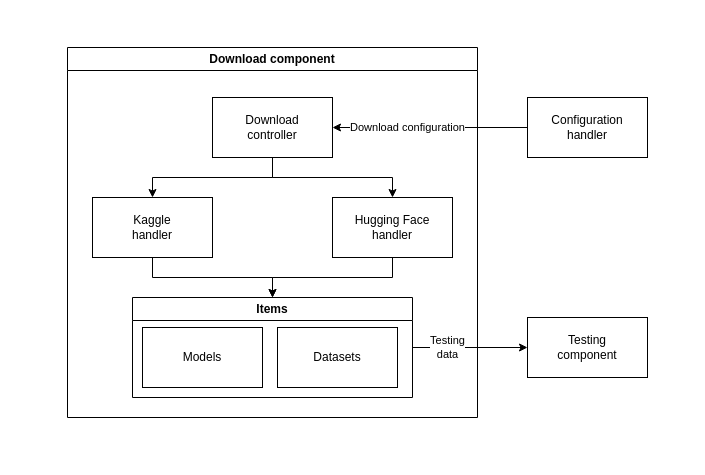
ponik73/MasterThesis keeps this draw.io diagram as SystemDesign/Diagrams/DownloadComponent.drawio. Above is the earlier version. Source tidied: cells renumbered, new cells numbered last; positions are measured from the earlier drawing's top-left corner, leaving out a move shared by most shapes. Both pictures are drawn from the tidied source at 100%, with x=0, y=0 at pixel (67, 47).
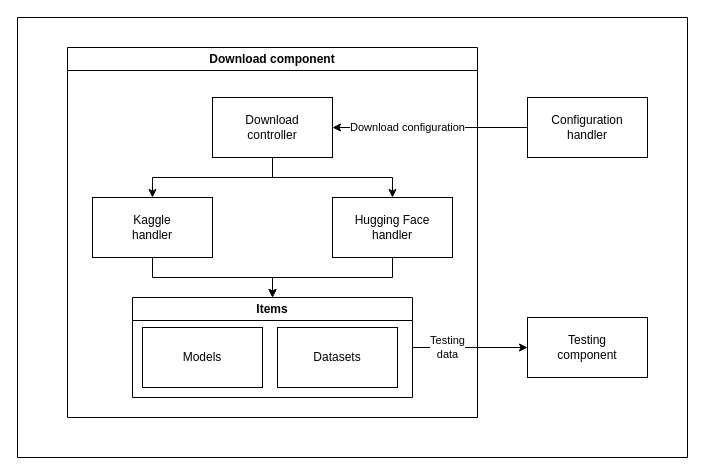
Above is the later version.

Diff of the diagram source:
```diff
@@
 <mxGraphModel>
   <root>
     <mxCell id="0" />
     <mxCell id="1" parent="0" />
     <mxCell id="2" value="Download component" style="swimlane;whiteSpace=wrap;html=1;" parent="1" vertex="1">
       <mxGeometry width="410" height="370" as="geometry" />
     </mxCell>
     <mxCell id="3" style="edgeStyle=orthogonalEdgeStyle;rounded=0;jettySize=auto;html=1;exitX=0.5;exitY=1;exitDx=0;exitDy=0;" parent="2" edge="1" source="5" target="7">
       <mxGeometry relative="1" as="geometry" />
     </mxCell>
     <mxCell id="4" style="edgeStyle=orthogonalEdgeStyle;rounded=0;jettySize=auto;html=1;" parent="2" edge="1" source="5" target="9">
       <mxGeometry relative="1" as="geometry" />
     </mxCell>
     <mxCell id="5" value="Download&lt;div&gt;controller&lt;/div&gt;" style="rounded=0;whiteSpace=wrap;html=1;" parent="2" vertex="1">
       <mxGeometry x="145" y="50" width="120" height="60" as="geometry" />
     </mxCell>
     <mxCell id="6" style="edgeStyle=orthogonalEdgeStyle;rounded=0;jettySize=auto;html=1;exitX=0.5;exitY=1;exitDx=0;exitDy=0;" parent="2" edge="1" source="7" target="10">
       <mxGeometry relative="1" as="geometry" />
     </mxCell>
     <mxCell id="7" value="Kaggle&lt;div&gt;handler&lt;/div&gt;" style="rounded=0;whiteSpace=wrap;html=1;" parent="2" vertex="1">
       <mxGeometry x="25" y="150" width="120" height="60" as="geometry" />
     </mxCell>
     <mxCell id="8" style="edgeStyle=orthogonalEdgeStyle;rounded=0;jettySize=auto;html=1;" parent="2" edge="1" source="9" target="10">
       <mxGeometry relative="1" as="geometry" />
     </mxCell>
     <mxCell id="9" value="Hugging Face&lt;div&gt;handler&lt;/div&gt;" style="rounded=0;whiteSpace=wrap;html=1;" parent="2" vertex="1">
       <mxGeometry x="265" y="150" width="120" height="60" as="geometry" />
     </mxCell>
     <mxCell id="10" value="Items" style="swimlane;whiteSpace=wrap;html=1;startSize=23;" parent="2" vertex="1">
       <mxGeometry x="65" y="250" width="280" height="100" as="geometry" />
     </mxCell>
     <mxCell id="11" value="Models" style="rounded=0;whiteSpace=wrap;html=1;" parent="10" vertex="1">
       <mxGeometry x="10" y="30" width="120" height="60" as="geometry" />
     </mxCell>
     <mxCell id="12" value="Datasets" style="rounded=0;whiteSpace=wrap;html=1;" parent="10" vertex="1">
       <mxGeometry x="145" y="30" width="120" height="60" as="geometry" />
     </mxCell>
     <mxCell id="13" value="Download configuration" style="edgeStyle=orthogonalEdgeStyle;rounded=0;jettySize=auto;html=1;" parent="1" edge="1" source="14" target="5">
       <mxGeometry x="0.23" relative="1" as="geometry" />
     </mxCell>
     <mxCell id="14" value="Configuration&lt;div&gt;handler&lt;/div&gt;" style="rounded=0;whiteSpace=wrap;html=1;" parent="1" vertex="1">
       <mxGeometry x="460" y="50" width="120" height="60" as="geometry" />
     </mxCell>
     <mxCell id="15" value="Testing&lt;div&gt;component&lt;/div&gt;" style="rounded=0;whiteSpace=wrap;html=1;" parent="1" vertex="1">
       <mxGeometry x="460" y="270" width="120" height="60" as="geometry" />
     </mxCell>
     <mxCell id="16" value="Testing&lt;div&gt;data&lt;/div&gt;" style="edgeStyle=orthogonalEdgeStyle;rounded=0;jettySize=auto;html=1;exitX=1;exitY=0.5;exitDx=0;exitDy=0;entryX=0;entryY=0.5;entryDx=0;entryDy=0;" parent="1" edge="1" source="10" target="15">
       <mxGeometry x="-0.39" relative="1" as="geometry" />
     </mxCell>
+    <mxCell id="17" style="swimlane;startSize=0;" parent="1" vertex="1">
+      <mxGeometry x="-50" y="-30" width="670" height="440" as="geometry" />
+    </mxCell>
   </root>
 </mxGraphModel>
```
